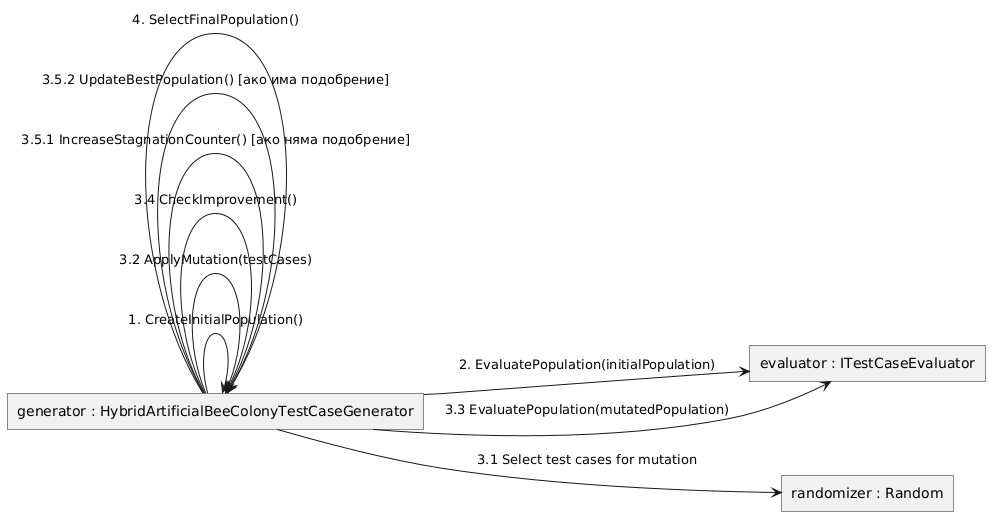
Above: DiagramsBG/4. Communication Diagrams/communication_diagram3.png in AutomateThePlanet/Testimize (PlantUML), before the change. The source it was exported from:
```plantuml
@startuml
skinparam shadowing false
skinparam roundcorner 0
skinparam nodesep 60
skinparam ranksep 40
left to right direction

rectangle "generator : HybridArtificialBeeColonyTestCaseGenerator" as generator
rectangle "evaluator : ITestCaseEvaluator" as evaluator
rectangle "randomizer : Random" as randomizer

generator --> generator : 1. CreateInitialPopulation()
generator --> evaluator : 2. EvaluatePopulation(initialPopulation)

generator --> randomizer : 3.1 Select test cases for mutation
generator --> generator : 3.2 ApplyMutation(testCases)
generator --> evaluator : 3.3 EvaluatePopulation(mutatedPopulation)
generator --> generator : 3.4 CheckImprovement()

generator --> generator : 3.5.1 IncreaseStagnationCounter() [ако няма подобрение]
generator --> generator : 3.5.2 UpdateBestPopulation() [ако има подобрение]

generator --> generator : 4. SelectFinalPopulation()
@enduml
```
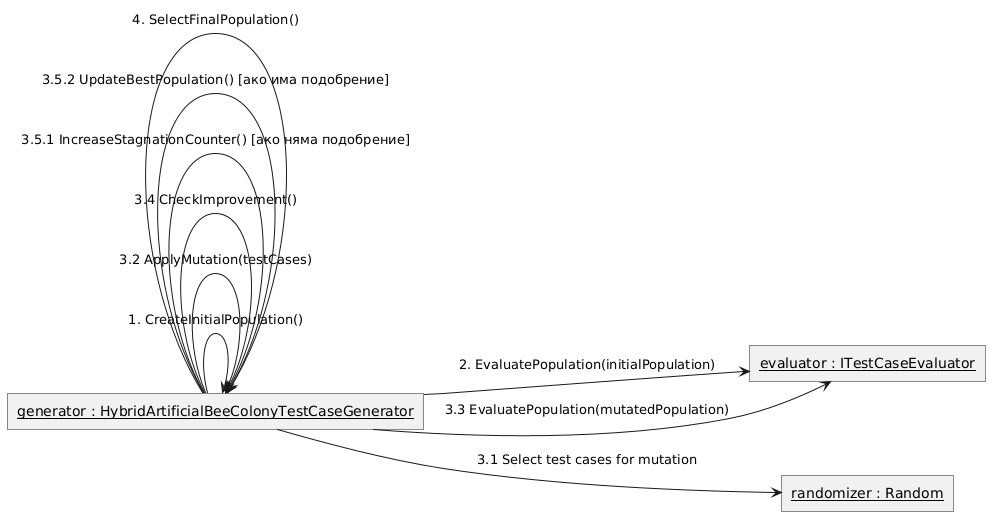
The same diagram one commit later.

The edit, as a diff of the source:
```diff
@@ -5,9 +5,9 @@
 skinparam ranksep 40
 left to right direction
 
-rectangle "generator : HybridArtificialBeeColonyTestCaseGenerator" as generator
-rectangle "evaluator : ITestCaseEvaluator" as evaluator
-rectangle "randomizer : Random" as randomizer
+rectangle "<u>generator : HybridArtificialBeeColonyTestCaseGenerator</u>" as generator
+rectangle "<u>evaluator : ITestCaseEvaluator</u>" as evaluator
+rectangle "<u>randomizer : Random</u>" as randomizer
 
 generator --> generator : 1. CreateInitialPopulation()
 generator --> evaluator : 2. EvaluatePopulation(initialPopulation)
```
